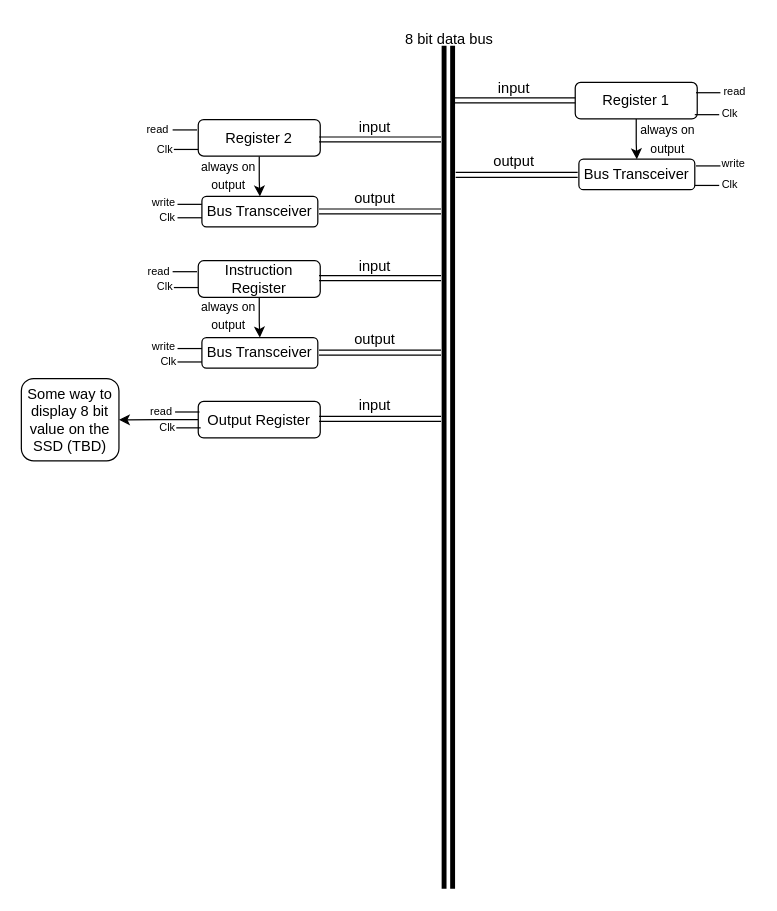
Earlier version of the draw.io diagram 8 bit computer.drawio (AahanMehta21/8-bit-computer). Source tidied: cells renumbered, new cells numbered last; positions are measured from the earlier drawing's top-left corner, leaving out a move shared by most shapes. Both pictures are drawn from the tidied source at 122%, with x=0, y=0 at pixel (21, 21).
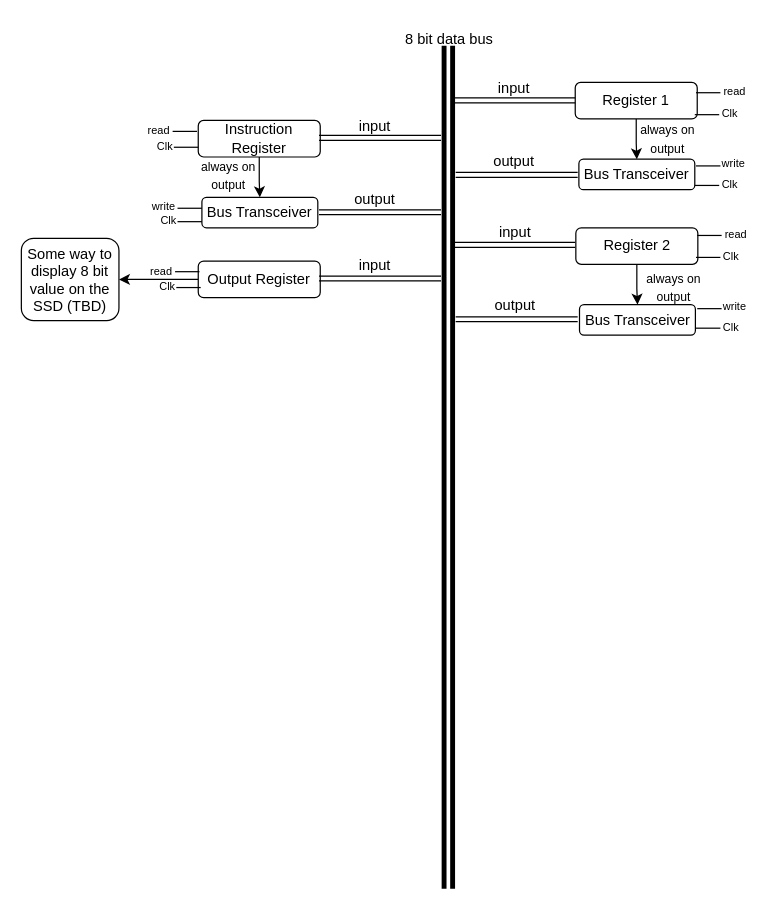
Above is the later version.

What changed in the source:
```diff
@@
-    <mxCell id="9" style="edgeStyle=orthogonalEdgeStyle;rounded=0;jettySize=auto;html=1;" parent="1" edge="1" source="10" target="11">
-      <mxGeometry relative="1" as="geometry" />
-    </mxCell>
-    <mxCell id="10" value="Register 2" style="rounded=1;whiteSpace=wrap;html=1;" parent="1" vertex="1">
-      <mxGeometry x="145" y="80.5" width="100" height="30" as="geometry" />
-    </mxCell>
-    <mxCell id="11" value="Bus Transceiver" style="whiteSpace=wrap;html=1;rounded=1;" parent="1" vertex="1">
-      <mxGeometry x="148" y="143.5" width="95" height="25" as="geometry" />
-    </mxCell>
-    <mxCell id="12" style="shape=link;html=1;rounded=0;" parent="1" edge="1">
-      <mxGeometry relative="1" as="geometry">
-        <mxPoint x="244" y="96.8" as="sourcePoint" />
-        <mxPoint x="344" y="96.8" as="targetPoint" />
-      </mxGeometry>
-    </mxCell>
-    <mxCell id="13" style="shape=link;html=1;rounded=0;" parent="1" edge="1">
-      <mxGeometry relative="1" as="geometry">
-        <mxPoint x="244" y="155.8" as="sourcePoint" />
-        <mxPoint x="344" y="155.8" as="targetPoint" />
-      </mxGeometry>
-    </mxCell>
+    <mxCell id="61" style="shape=link;html=1;rounded=0;" parent="1" edge="1">
+      <mxGeometry relative="1" as="geometry">
+        <mxPoint x="354" y="183.2" as="sourcePoint" />
+        <mxPoint x="454" y="183.2" as="targetPoint" />
+      </mxGeometry>
+    </mxCell>
+    <mxCell id="62" style="shape=link;html=1;rounded=0;" parent="1" edge="1">
+      <mxGeometry relative="1" as="geometry">
+        <mxPoint x="356" y="244.2" as="sourcePoint" />
+        <mxPoint x="456" y="244.2" as="targetPoint" />
+      </mxGeometry>
+    </mxCell>
@@
     <mxCell id="15" value="Output Register" style="rounded=1;whiteSpace=wrap;html=1;" parent="1" vertex="1">
-      <mxGeometry x="145" y="311.5" width="100" height="30" as="geometry" />
+      <mxGeometry x="145" y="196.5" width="100" height="30" as="geometry" />
     </mxCell>
     <mxCell id="16" style="shape=link;html=1;rounded=0;" parent="1" edge="1">
       <mxGeometry relative="1" as="geometry">
-        <mxPoint x="244" y="325.8" as="sourcePoint" />
-        <mxPoint x="344" y="325.8" as="targetPoint" />
+        <mxPoint x="244" y="210.8" as="sourcePoint" />
+        <mxPoint x="344" y="210.8" as="targetPoint" />
       </mxGeometry>
     </mxCell>
-    <mxCell id="17" value="input" style="text;html=1;align=center;verticalAlign=middle;whiteSpace=wrap;rounded=0;" parent="1" vertex="1">
-      <mxGeometry x="260" y="72" width="60" height="30" as="geometry" />
-    </mxCell>
     <mxCell id="18" value="input" style="text;html=1;align=center;verticalAlign=middle;whiteSpace=wrap;rounded=0;" parent="1" vertex="1">
-      <mxGeometry x="260" y="300" width="60" height="30" as="geometry" />
+      <mxGeometry x="260" y="185" width="60" height="30" as="geometry" />
     </mxCell>
@@
-    <mxCell id="20" value="output" style="text;html=1;align=center;verticalAlign=middle;whiteSpace=wrap;rounded=0;" parent="1" vertex="1">
-      <mxGeometry x="260" y="130" width="60" height="30" as="geometry" />
-    </mxCell>
@@
-    <mxCell id="22" value="&lt;font style=&quot;font-size: 10px;&quot;&gt;always on output&lt;/font&gt;" style="text;html=1;align=center;verticalAlign=middle;whiteSpace=wrap;rounded=0;" parent="1" vertex="1">
-      <mxGeometry x="140" y="110.8" width="60" height="29.5" as="geometry" />
-    </mxCell>
@@
     <mxCell id="25" value="Instruction Register" style="rounded=1;whiteSpace=wrap;html=1;" parent="1" vertex="1">
-      <mxGeometry x="145" y="196.2" width="100" height="30" as="geometry" />
+      <mxGeometry x="145" y="81.2" width="100" height="30" as="geometry" />
     </mxCell>
     <mxCell id="26" value="Bus Transceiver" style="whiteSpace=wrap;html=1;rounded=1;" parent="1" vertex="1">
-      <mxGeometry x="148" y="259.2" width="95" height="25" as="geometry" />
+      <mxGeometry x="148" y="144.2" width="95" height="25" as="geometry" />
     </mxCell>
     <mxCell id="27" style="shape=link;html=1;rounded=0;" parent="1" edge="1">
       <mxGeometry relative="1" as="geometry">
-        <mxPoint x="244" y="210.5" as="sourcePoint" />
-        <mxPoint x="344" y="210.5" as="targetPoint" />
+        <mxPoint x="244" y="95.5" as="sourcePoint" />
+        <mxPoint x="344" y="95.5" as="targetPoint" />
       </mxGeometry>
     </mxCell>
     <mxCell id="28" style="shape=link;html=1;rounded=0;" parent="1" edge="1">
       <mxGeometry relative="1" as="geometry">
-        <mxPoint x="244" y="271.5" as="sourcePoint" />
-        <mxPoint x="344" y="271.5" as="targetPoint" />
+        <mxPoint x="244" y="156.5" as="sourcePoint" />
+        <mxPoint x="344" y="156.5" as="targetPoint" />
       </mxGeometry>
     </mxCell>
     <mxCell id="29" value="input" style="text;html=1;align=center;verticalAlign=middle;whiteSpace=wrap;rounded=0;" parent="1" vertex="1">
-      <mxGeometry x="260" y="185.8" width="60" height="30" as="geometry" />
+      <mxGeometry x="260" y="70.8" width="60" height="30" as="geometry" />
     </mxCell>
     <mxCell id="30" value="output" style="text;html=1;align=center;verticalAlign=middle;whiteSpace=wrap;rounded=0;" parent="1" vertex="1">
-      <mxGeometry x="260" y="245.8" width="60" height="30" as="geometry" />
+      <mxGeometry x="260" y="130.8" width="60" height="30" as="geometry" />
     </mxCell>
     <mxCell id="31" value="&lt;font style=&quot;font-size: 10px;&quot;&gt;always on output&lt;/font&gt;" style="text;html=1;align=center;verticalAlign=middle;whiteSpace=wrap;rounded=0;" parent="1" vertex="1">
-      <mxGeometry x="140" y="226.5" width="60" height="29.5" as="geometry" />
+      <mxGeometry x="140" y="111.5" width="60" height="29.5" as="geometry" />
     </mxCell>
     <mxCell id="32" value="Some way to display 8 bit value on the SSD (TBD)" style="rounded=1;whiteSpace=wrap;html=1;" parent="1" vertex="1">
-      <mxGeometry y="292.8" width="80" height="67.5" as="geometry" />
+      <mxGeometry y="177.8" width="80" height="67.5" as="geometry" />
     </mxCell>
-    <mxCell id="33" style="endArrow=none;html=1;rounded=0;" parent="1" edge="1">
-      <mxGeometry relative="1" as="geometry">
-        <mxPoint x="125" y="105" as="sourcePoint" />
-        <mxPoint x="145" y="105" as="targetPoint" />
-      </mxGeometry>
-    </mxCell>
-    <mxCell id="34" value="Clk" style="text;html=1;align=center;verticalAlign=middle;whiteSpace=wrap;rounded=0;fontSize=9;" parent="1" vertex="1">
-      <mxGeometry x="97" y="95" width="42" height="20" as="geometry" />
-    </mxCell>
     <mxCell id="35" style="endArrow=none;html=1;rounded=0;" parent="1" edge="1">
       <mxGeometry relative="1" as="geometry">
-        <mxPoint x="125" y="218.2" as="sourcePoint" />
-        <mxPoint x="145" y="218.2" as="targetPoint" />
+        <mxPoint x="125" y="103.2" as="sourcePoint" />
+        <mxPoint x="145" y="103.2" as="targetPoint" />
       </mxGeometry>
     </mxCell>
     <mxCell id="36" value="Clk" style="text;html=1;align=center;verticalAlign=middle;whiteSpace=wrap;rounded=0;fontSize=9;" parent="1" vertex="1">
-      <mxGeometry x="97" y="208.2" width="42" height="20" as="geometry" />
+      <mxGeometry x="97" y="93.2" width="42" height="20" as="geometry" />
     </mxCell>
-    <mxCell id="37" style="endArrow=none;html=1;rounded=0;" parent="1" edge="1">
-      <mxGeometry relative="1" as="geometry">
-        <mxPoint x="128" y="161" as="sourcePoint" />
-        <mxPoint x="148" y="161" as="targetPoint" />
-      </mxGeometry>
-    </mxCell>
-    <mxCell id="38" value="Clk" style="text;html=1;align=center;verticalAlign=middle;whiteSpace=wrap;rounded=0;fontSize=9;" parent="1" vertex="1">
-      <mxGeometry x="99" y="151" width="42" height="20" as="geometry" />
-    </mxCell>
     <mxCell id="39" style="endArrow=none;html=1;rounded=0;" parent="1" edge="1">
       <mxGeometry relative="1" as="geometry">
-        <mxPoint x="128" y="279.2" as="sourcePoint" />
-        <mxPoint x="148" y="279.2" as="targetPoint" />
+        <mxPoint x="128" y="164.2" as="sourcePoint" />
+        <mxPoint x="148" y="164.2" as="targetPoint" />
       </mxGeometry>
     </mxCell>
     <mxCell id="40" value="Clk" style="text;html=1;align=center;verticalAlign=middle;whiteSpace=wrap;rounded=0;fontSize=9;" parent="1" vertex="1">
-      <mxGeometry x="100" y="269.2" width="42" height="20" as="geometry" />
+      <mxGeometry x="100" y="154.2" width="42" height="20" as="geometry" />
     </mxCell>
@@
-    <mxCell id="45" style="endArrow=none;html=1;rounded=0;" parent="1" edge="1">
-      <mxGeometry relative="1" as="geometry">
-        <mxPoint x="124" y="89" as="sourcePoint" />
-        <mxPoint x="144" y="89" as="targetPoint" />
-      </mxGeometry>
-    </mxCell>
-    <mxCell id="46" value="read" style="text;html=1;align=center;verticalAlign=middle;whiteSpace=wrap;rounded=0;fontSize=9;" parent="1" vertex="1">
-      <mxGeometry x="91" y="79" width="42" height="20" as="geometry" />
-    </mxCell>
     <mxCell id="47" style="endArrow=none;html=1;rounded=0;" parent="1" edge="1">
       <mxGeometry relative="1" as="geometry">
-        <mxPoint x="124" y="205.2" as="sourcePoint" />
-        <mxPoint x="144" y="205.2" as="targetPoint" />
+        <mxPoint x="124" y="90.2" as="sourcePoint" />
+        <mxPoint x="144" y="90.2" as="targetPoint" />
       </mxGeometry>
     </mxCell>
     <mxCell id="48" value="read" style="text;html=1;align=center;verticalAlign=middle;whiteSpace=wrap;rounded=0;fontSize=9;" parent="1" vertex="1">
-      <mxGeometry x="92" y="195.2" width="42" height="20" as="geometry" />
+      <mxGeometry x="92" y="80.2" width="42" height="20" as="geometry" />
     </mxCell>
-    <mxCell id="49" style="endArrow=none;html=1;rounded=0;" parent="1" edge="1">
-      <mxGeometry relative="1" as="geometry">
-        <mxPoint x="128" y="150" as="sourcePoint" />
-        <mxPoint x="148" y="150" as="targetPoint" />
-      </mxGeometry>
-    </mxCell>
-    <mxCell id="50" value="write" style="text;html=1;align=center;verticalAlign=middle;whiteSpace=wrap;rounded=0;fontSize=9;" parent="1" vertex="1">
-      <mxGeometry x="96" y="139" width="42" height="20" as="geometry" />
-    </mxCell>
     <mxCell id="51" style="endArrow=none;html=1;rounded=0;" parent="1" edge="1">
       <mxGeometry relative="1" as="geometry">
-        <mxPoint x="128" y="268.2" as="sourcePoint" />
-        <mxPoint x="148" y="268.2" as="targetPoint" />
+        <mxPoint x="128" y="153.2" as="sourcePoint" />
+        <mxPoint x="148" y="153.2" as="targetPoint" />
       </mxGeometry>
     </mxCell>
     <mxCell id="52" value="write" style="text;html=1;align=center;verticalAlign=middle;whiteSpace=wrap;rounded=0;fontSize=9;" parent="1" vertex="1">
-      <mxGeometry x="96" y="257.2" width="42" height="20" as="geometry" />
+      <mxGeometry x="96" y="142.2" width="42" height="20" as="geometry" />
     </mxCell>
     <mxCell id="53" style="endArrow=none;html=1;rounded=0;" parent="1" edge="1">
       <mxGeometry relative="1" as="geometry">
-        <mxPoint x="127" y="333.2" as="sourcePoint" />
-        <mxPoint x="147" y="333.2" as="targetPoint" />
+        <mxPoint x="127" y="218.2" as="sourcePoint" />
+        <mxPoint x="147" y="218.2" as="targetPoint" />
       </mxGeometry>
     </mxCell>
     <mxCell id="54" value="Clk" style="text;html=1;align=center;verticalAlign=middle;whiteSpace=wrap;rounded=0;fontSize=9;" parent="1" vertex="1">
-      <mxGeometry x="99" y="323.2" width="42" height="20" as="geometry" />
+      <mxGeometry x="99" y="208.2" width="42" height="20" as="geometry" />
     </mxCell>
     <mxCell id="55" style="endArrow=none;html=1;rounded=0;" parent="1" edge="1">
       <mxGeometry relative="1" as="geometry">
-        <mxPoint x="126" y="320.2" as="sourcePoint" />
-        <mxPoint x="146" y="320.2" as="targetPoint" />
+        <mxPoint x="126" y="205.2" as="sourcePoint" />
+        <mxPoint x="146" y="205.2" as="targetPoint" />
       </mxGeometry>
     </mxCell>
     <mxCell id="56" value="read" style="text;html=1;align=center;verticalAlign=middle;whiteSpace=wrap;rounded=0;fontSize=9;" parent="1" vertex="1">
-      <mxGeometry x="94" y="310.2" width="42" height="20" as="geometry" />
+      <mxGeometry x="94" y="195.2" width="42" height="20" as="geometry" />
     </mxCell>
@@
+    <mxCell id="9" style="edgeStyle=orthogonalEdgeStyle;rounded=0;jettySize=auto;html=1;" parent="1" edge="1" source="10" target="11">
+      <mxGeometry relative="1" as="geometry" />
+    </mxCell>
+    <mxCell id="10" value="Register 2" style="rounded=1;whiteSpace=wrap;html=1;" parent="1" vertex="1">
+      <mxGeometry x="454.5" y="169.2" width="100" height="30" as="geometry" />
+    </mxCell>
+    <mxCell id="11" value="Bus Transceiver" style="whiteSpace=wrap;html=1;rounded=1;" parent="1" vertex="1">
+      <mxGeometry x="457.5" y="232.2" width="95" height="25" as="geometry" />
+    </mxCell>
+    <mxCell id="63" style="endArrow=none;html=1;rounded=0;" parent="1" edge="1">
+      <mxGeometry relative="1" as="geometry">
+        <mxPoint x="553" y="251.5" as="sourcePoint" />
+        <mxPoint x="573" y="251.5" as="targetPoint" />
+      </mxGeometry>
+    </mxCell>
+    <mxCell id="64" value="Clk" style="text;html=1;align=center;verticalAlign=middle;whiteSpace=wrap;rounded=0;fontSize=9;" parent="1" vertex="1">
+      <mxGeometry x="566" y="241" width="32" height="20" as="geometry" />
+    </mxCell>
+    <mxCell id="65" style="endArrow=none;html=1;rounded=0;" parent="1" edge="1">
+      <mxGeometry relative="1" as="geometry">
+        <mxPoint x="553" y="193.5" as="sourcePoint" />
+        <mxPoint x="573" y="193.5" as="targetPoint" />
+      </mxGeometry>
+    </mxCell>
+    <mxCell id="66" value="Clk" style="text;html=1;align=center;verticalAlign=middle;whiteSpace=wrap;rounded=0;fontSize=9;" parent="1" vertex="1">
+      <mxGeometry x="566" y="183" width="32" height="20" as="geometry" />
+    </mxCell>
+    <mxCell id="67" style="endArrow=none;html=1;rounded=0;" parent="1" edge="1">
+      <mxGeometry relative="1" as="geometry">
+        <mxPoint x="554" y="235.5" as="sourcePoint" />
+        <mxPoint x="574" y="235.5" as="targetPoint" />
+      </mxGeometry>
+    </mxCell>
+    <mxCell id="50" value="write" style="text;html=1;align=center;verticalAlign=middle;whiteSpace=wrap;rounded=0;fontSize=9;" parent="1" vertex="1">
+      <mxGeometry x="569" y="224" width="32" height="20" as="geometry" />
+    </mxCell>
+    <mxCell id="68" style="endArrow=none;html=1;rounded=0;" parent="1" edge="1">
+      <mxGeometry relative="1" as="geometry">
+        <mxPoint x="554" y="175.5" as="sourcePoint" />
+        <mxPoint x="574" y="175.5" as="targetPoint" />
+      </mxGeometry>
+    </mxCell>
+    <mxCell id="46" value="read" style="text;html=1;align=center;verticalAlign=middle;whiteSpace=wrap;rounded=0;fontSize=9;" parent="1" vertex="1">
+      <mxGeometry x="570" y="165" width="32" height="20" as="geometry" />
+    </mxCell>
+    <mxCell id="22" value="&lt;font style=&quot;font-size: 10px;&quot;&gt;always on output&lt;/font&gt;" style="text;html=1;align=center;verticalAlign=middle;whiteSpace=wrap;rounded=0;" parent="1" vertex="1">
+      <mxGeometry x="505" y="202.8" width="60" height="29.5" as="geometry" />
+    </mxCell>
+    <mxCell id="17" value="input" style="text;html=1;align=center;verticalAlign=middle;whiteSpace=wrap;rounded=0;" parent="1" vertex="1">
+      <mxGeometry x="375" y="158" width="60" height="30" as="geometry" />
+    </mxCell>
+    <mxCell id="20" value="output" style="text;html=1;align=center;verticalAlign=middle;whiteSpace=wrap;rounded=0;" parent="1" vertex="1">
+      <mxGeometry x="375" y="218" width="60" height="30" as="geometry" />
+    </mxCell>
```
